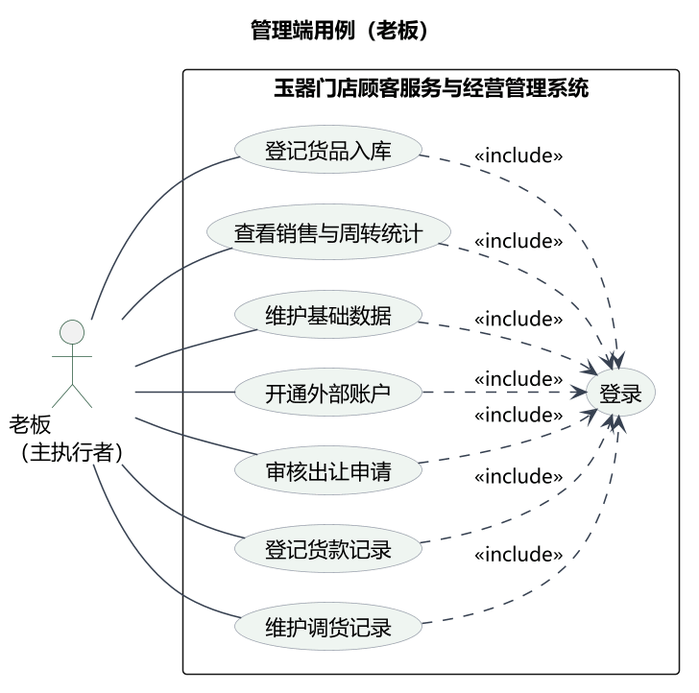
This is docs/figs/system-use-cases/uc-boss.png from rosefinch55/jade-store-system, a PlantUML export, as it was before one commit.
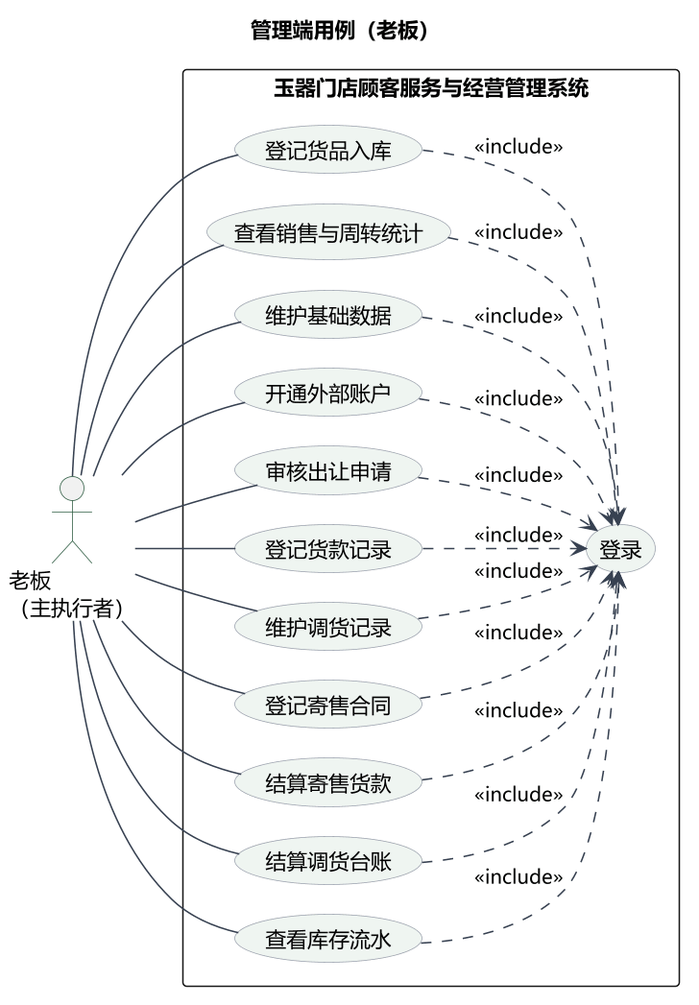
The same file after the commit.

The edit, as a diff of the source:
```diff
@@ -23,6 +23,10 @@
   usecase "审核出让申请" as U审核出让申请
   usecase "登记货款记录" as U登记货款记录
   usecase "维护调货记录" as U维护调货记录
+  usecase "登记寄售合同" as U登记寄售合同
+  usecase "结算寄售货款" as U结算寄售货款
+  usecase "结算调货台账" as U结算调货台账
+  usecase "查看库存流水" as U查看库存流水
   usecase "登录" as UL
 }
 
@@ -33,6 +37,10 @@
 P -- U审核出让申请
 P -- U登记货款记录
 P -- U维护调货记录
+P -- U登记寄售合同
+P -- U结算寄售货款
+P -- U结算调货台账
+P -- U查看库存流水
 
 U登记货品入库 ..> UL : <<include>>
 U查看销售与周转统计 ..> UL : <<include>>
@@ -41,4 +49,8 @@
 U审核出让申请 ..> UL : <<include>>
 U登记货款记录 ..> UL : <<include>>
 U维护调货记录 ..> UL : <<include>>
+U登记寄售合同 ..> UL : <<include>>
+U结算寄售货款 ..> UL : <<include>>
+U结算调货台账 ..> UL : <<include>>
+U查看库存流水 ..> UL : <<include>>
 @enduml
```
